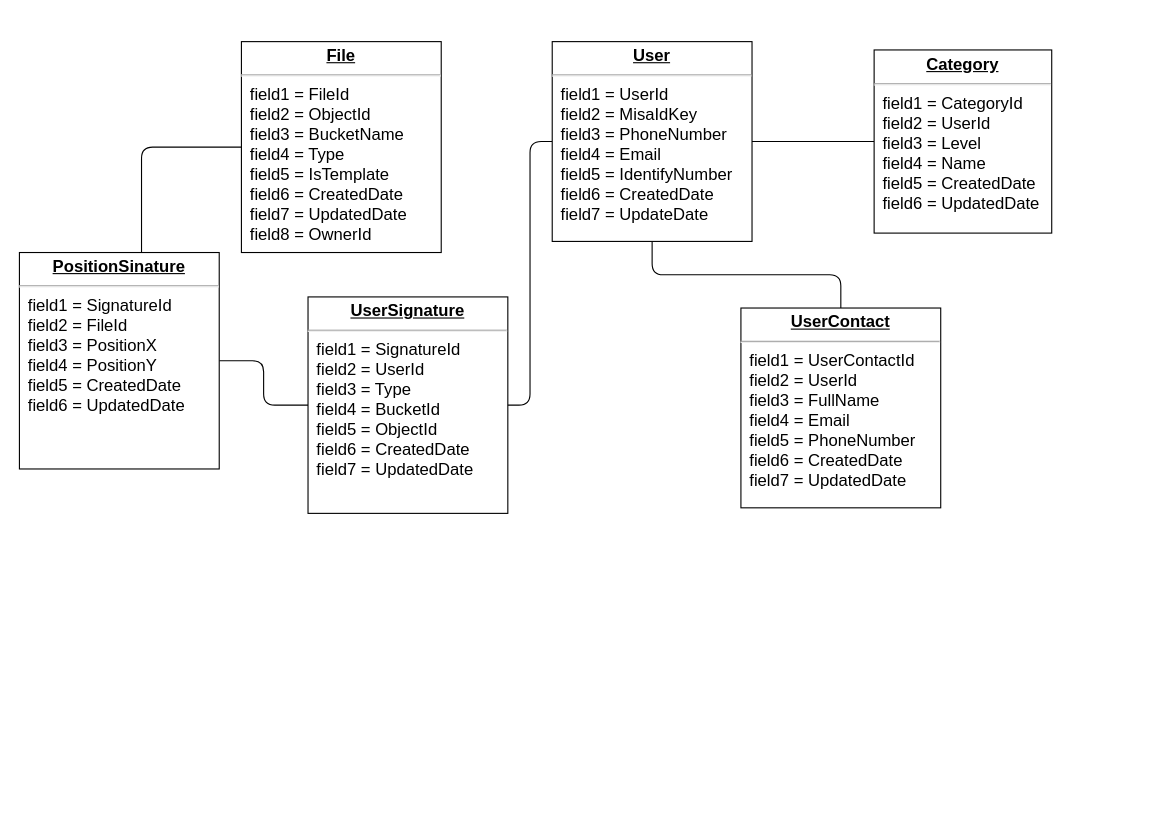
thangmt1997/app_sales keeps this draw.io diagram as DatabaseDiagram.drawio. Above is the earlier version. Source tidied: cells renumbered, new cells numbered last; positions are measured from the earlier drawing's top-left corner, leaving out a move shared by most shapes. Both pictures are drawn from the tidied source at 111%, with x=0, y=0 at pixel (19, 41).
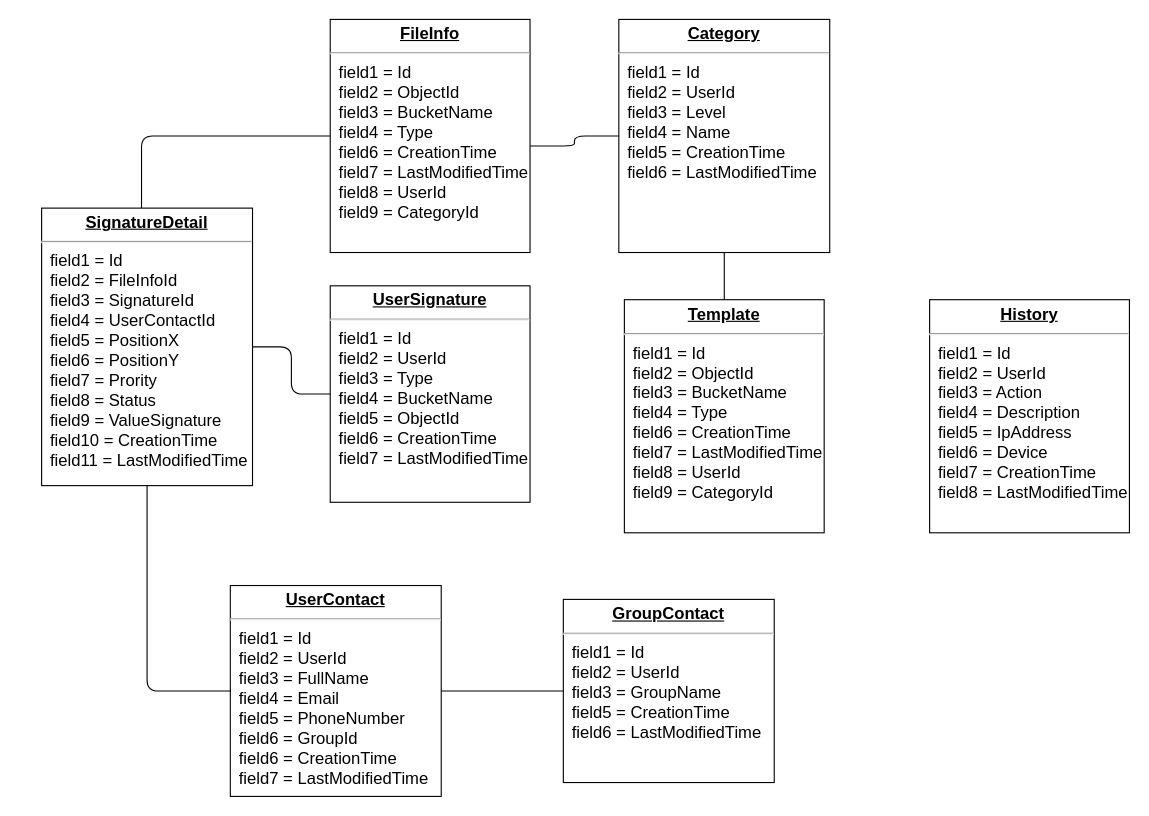
Above is the later version.

Diff of the diagram source:
```diff
@@
 <mxGraphModel background="#ffffff">
   <root>
     <mxCell id="0" />
     <mxCell id="1" parent="0" />
-    <mxCell id="2" value="&lt;p style=&quot;margin: 4px 0px 0px ; text-align: center ; text-decoration: underline ; font-size: 15px&quot;&gt;&lt;b style=&quot;font-size: 15px&quot;&gt;File&lt;/b&gt;&lt;/p&gt;&lt;hr style=&quot;font-size: 15px&quot;&gt;&lt;p style=&quot;margin: 0px 0px 0px 8px ; font-size: 15px&quot;&gt;field1 = FileId&lt;br style=&quot;font-size: 15px&quot;&gt;field2 = ObjectId&lt;br style=&quot;font-size: 15px&quot;&gt;field3 = BucketName&lt;/p&gt;&lt;p style=&quot;margin: 0px 0px 0px 8px ; font-size: 15px&quot;&gt;field4 = Type&lt;br style=&quot;font-size: 15px&quot;&gt;&lt;/p&gt;&lt;p style=&quot;margin: 0px 0px 0px 8px ; font-size: 15px&quot;&gt;field5 = IsTemplate&lt;br style=&quot;font-size: 15px&quot;&gt;&lt;/p&gt;&lt;p style=&quot;margin: 0px 0px 0px 8px ; font-size: 15px&quot;&gt;field6 = CreatedDate&lt;br style=&quot;font-size: 15px&quot;&gt;&lt;/p&gt;&lt;p style=&quot;margin: 0px 0px 0px 8px ; font-size: 15px&quot;&gt;field7 = UpdatedDate&lt;br&gt;field8 = OwnerId&lt;/p&gt;" style="verticalAlign=top;align=left;overflow=fill;fontSize=15;fontFamily=Helvetica;html=1;rounded=0;shadow=0;comic=0;labelBackgroundColor=none;strokeWidth=1;" parent="1" vertex="1">
-      <mxGeometry x="200" width="180" height="190" as="geometry" />
+    <mxCell id="2" value="&lt;p style=&quot;margin: 4px 0px 0px ; text-align: center ; text-decoration: underline ; font-size: 15px&quot;&gt;&lt;b style=&quot;font-size: 15px&quot;&gt;FileInfo&lt;/b&gt;&lt;/p&gt;&lt;hr style=&quot;font-size: 15px&quot;&gt;&lt;p style=&quot;margin: 0px 0px 0px 8px ; font-size: 15px&quot;&gt;field1 = Id&lt;br style=&quot;font-size: 15px&quot;&gt;field2 = ObjectId&lt;br style=&quot;font-size: 15px&quot;&gt;field3 = BucketName&lt;/p&gt;&lt;p style=&quot;margin: 0px 0px 0px 8px ; font-size: 15px&quot;&gt;field4 = Type&lt;/p&gt;&lt;p style=&quot;margin: 0px 0px 0px 8px ; font-size: 15px&quot;&gt;field6 = CreationTime&lt;br style=&quot;font-size: 15px&quot;&gt;&lt;/p&gt;&lt;p style=&quot;margin: 0px 0px 0px 8px ; font-size: 15px&quot;&gt;field7 = LastModifiedTime&lt;br&gt;field8 = UserId&lt;br&gt;&lt;/p&gt;&lt;p style=&quot;margin: 0px 0px 0px 8px ; font-size: 15px&quot;&gt;field9 = CategoryId&lt;/p&gt;" style="verticalAlign=top;align=left;overflow=fill;fontSize=15;fontFamily=Helvetica;html=1;rounded=0;shadow=0;comic=0;labelBackgroundColor=none;strokeWidth=1;glass=0;" parent="1" vertex="1">
+      <mxGeometry x="280" y="-20" width="180" height="210" as="geometry" />
     </mxCell>
     <mxCell id="3" style="edgeStyle=orthogonalEdgeStyle;rounded=1;jettySize=auto;html=1;entryX=1;entryY=0.5;entryDx=0;entryDy=0;fontSize=15;endArrow=none;endFill=0;strokeColor=#000000;" parent="1" edge="1" source="4" target="12">
       <mxGeometry relative="1" as="geometry" />
     </mxCell>
-    <mxCell id="4" value="&lt;p style=&quot;margin: 4px 0px 0px; text-align: center; text-decoration: underline; font-size: 15px;&quot;&gt;&lt;b style=&quot;font-size: 15px;&quot;&gt;UserSignature&lt;/b&gt;&lt;/p&gt;&lt;hr style=&quot;font-size: 15px;&quot;&gt;&lt;p style=&quot;margin: 0px 0px 0px 8px; font-size: 15px;&quot;&gt;field1 = SignatureId&lt;br style=&quot;font-size: 15px;&quot;&gt;field2 = UserId&lt;br style=&quot;font-size: 15px;&quot;&gt;field3 = Type&lt;/p&gt;&lt;p style=&quot;margin: 0px 0px 0px 8px; font-size: 15px;&quot;&gt;field4 = BucketId&lt;/p&gt;&lt;p style=&quot;margin: 0px 0px 0px 8px; font-size: 15px;&quot;&gt;field5 = ObjectId&lt;br style=&quot;font-size: 15px;&quot;&gt;&lt;/p&gt;&lt;p style=&quot;margin: 0px 0px 0px 8px; font-size: 15px;&quot;&gt;field6 = CreatedDate&lt;/p&gt;&lt;p style=&quot;margin: 0px 0px 0px 8px; font-size: 15px;&quot;&gt;field7 = UpdatedDate&lt;/p&gt;&lt;p style=&quot;margin: 0px 0px 0px 8px; font-size: 15px;&quot;&gt;&lt;br style=&quot;font-size: 15px;&quot;&gt;&lt;/p&gt;" style="verticalAlign=top;align=left;overflow=fill;fontSize=15;fontFamily=Helvetica;html=1;rounded=0;shadow=0;comic=0;labelBackgroundColor=none;strokeWidth=1;" parent="1" vertex="1">
-      <mxGeometry x="260" y="230" width="180" height="195" as="geometry" />
+    <mxCell id="4" value="&lt;p style=&quot;margin: 4px 0px 0px ; text-align: center ; text-decoration: underline ; font-size: 15px&quot;&gt;&lt;b style=&quot;font-size: 15px&quot;&gt;UserSignature&lt;/b&gt;&lt;/p&gt;&lt;hr style=&quot;font-size: 15px&quot;&gt;&lt;p style=&quot;margin: 0px 0px 0px 8px ; font-size: 15px&quot;&gt;field1 = Id&lt;br style=&quot;font-size: 15px&quot;&gt;field2 = UserId&lt;br style=&quot;font-size: 15px&quot;&gt;field3 = Type&lt;/p&gt;&lt;p style=&quot;margin: 0px 0px 0px 8px ; font-size: 15px&quot;&gt;field4 = BucketName&lt;/p&gt;&lt;p style=&quot;margin: 0px 0px 0px 8px ; font-size: 15px&quot;&gt;field5 = ObjectId&lt;br style=&quot;font-size: 15px&quot;&gt;&lt;/p&gt;&lt;p style=&quot;margin: 0px 0px 0px 8px&quot;&gt;field6 = CreationTime&lt;br&gt;&lt;/p&gt;&lt;p style=&quot;margin: 0px 0px 0px 8px&quot;&gt;field7 = LastModifiedTime&lt;/p&gt;" style="verticalAlign=top;align=left;overflow=fill;fontSize=15;fontFamily=Helvetica;html=1;rounded=0;shadow=0;comic=0;labelBackgroundColor=none;strokeWidth=1;" parent="1" vertex="1">
+      <mxGeometry x="280" y="220" width="180" height="195" as="geometry" />
     </mxCell>
-    <mxCell id="5" style="edgeStyle=orthogonalEdgeStyle;rounded=1;jettySize=auto;html=1;entryX=0;entryY=0.5;entryDx=0;entryDy=0;fontSize=15;endArrow=none;endFill=0;strokeColor=#000000;" parent="1" edge="1" source="8" target="10">
-      <mxGeometry relative="1" as="geometry" />
-    </mxCell>
-    <mxCell id="6" style="edgeStyle=orthogonalEdgeStyle;rounded=1;jettySize=auto;html=1;entryX=1;entryY=0.5;entryDx=0;entryDy=0;fontSize=15;endArrow=none;endFill=0;strokeColor=#000000;" parent="1" edge="1" source="8" target="4">
-      <mxGeometry relative="1" as="geometry" />
-    </mxCell>
-    <mxCell id="7" style="edgeStyle=orthogonalEdgeStyle;rounded=1;jettySize=auto;html=1;entryX=0.5;entryY=0;entryDx=0;entryDy=0;fontSize=15;endArrow=none;endFill=0;strokeColor=#000000;" parent="1" edge="1" source="8" target="9">
-      <mxGeometry relative="1" as="geometry" />
-    </mxCell>
-    <mxCell id="8" value="&lt;p style=&quot;margin: 4px 0px 0px ; text-align: center ; text-decoration: underline ; font-size: 15px&quot;&gt;&lt;b style=&quot;font-size: 15px&quot;&gt;User&lt;/b&gt;&lt;/p&gt;&lt;hr style=&quot;font-size: 15px&quot;&gt;&lt;p style=&quot;margin: 0px 0px 0px 8px ; font-size: 15px&quot;&gt;field1 = UserId&lt;br style=&quot;font-size: 15px&quot;&gt;field2 = MisaIdKey&lt;br style=&quot;font-size: 15px&quot;&gt;field3 = PhoneNumber&lt;/p&gt;&lt;p style=&quot;margin: 0px 0px 0px 8px ; font-size: 15px&quot;&gt;field4 = Email&lt;br style=&quot;font-size: 15px&quot;&gt;&lt;/p&gt;&lt;p style=&quot;margin: 0px 0px 0px 8px ; font-size: 15px&quot;&gt;field5 = IdentifyNumber&lt;br style=&quot;font-size: 15px&quot;&gt;&lt;/p&gt;&lt;p style=&quot;margin: 0px 0px 0px 8px ; font-size: 15px&quot;&gt;field6 = CreatedDate&lt;br style=&quot;font-size: 15px&quot;&gt;&lt;/p&gt;&lt;p style=&quot;margin: 0px 0px 0px 8px ; font-size: 15px&quot;&gt;field7 = UpdateDate&lt;br style=&quot;font-size: 15px&quot;&gt;&lt;/p&gt;&lt;p style=&quot;margin: 0px 0px 0px 8px ; font-size: 15px&quot;&gt;&lt;br&gt;&lt;/p&gt;" style="verticalAlign=top;align=left;overflow=fill;fontSize=15;fontFamily=Helvetica;html=1;rounded=0;shadow=0;comic=0;labelBackgroundColor=none;strokeWidth=1;" parent="1" vertex="1">
-      <mxGeometry x="480" width="180" height="180" as="geometry" />
-    </mxCell>
-    <mxCell id="9" value="&lt;p style=&quot;margin: 4px 0px 0px; text-align: center; text-decoration: underline; font-size: 15px;&quot;&gt;&lt;b style=&quot;font-size: 15px;&quot;&gt;UserContact&lt;/b&gt;&lt;/p&gt;&lt;hr style=&quot;font-size: 15px;&quot;&gt;&lt;p style=&quot;margin: 0px 0px 0px 8px; font-size: 15px;&quot;&gt;field1 = UserContactId&lt;br style=&quot;font-size: 15px;&quot;&gt;field2 = UserId&lt;br style=&quot;font-size: 15px;&quot;&gt;field3 = FullName&lt;/p&gt;&lt;p style=&quot;margin: 0px 0px 0px 8px; font-size: 15px;&quot;&gt;field4 = Email&lt;br style=&quot;font-size: 15px;&quot;&gt;&lt;/p&gt;&lt;p style=&quot;margin: 0px 0px 0px 8px; font-size: 15px;&quot;&gt;field5 = PhoneNumber&lt;br style=&quot;font-size: 15px;&quot;&gt;&lt;/p&gt;&lt;p style=&quot;margin: 0px 0px 0px 8px; font-size: 15px;&quot;&gt;field6 = CreatedDate&lt;br style=&quot;font-size: 15px;&quot;&gt;&lt;/p&gt;&lt;p style=&quot;margin: 0px 0px 0px 8px; font-size: 15px;&quot;&gt;field7 = UpdatedDate&lt;/p&gt;" style="verticalAlign=top;align=left;overflow=fill;fontSize=15;fontFamily=Helvetica;html=1;rounded=0;shadow=0;comic=0;labelBackgroundColor=none;strokeWidth=1;" parent="1" vertex="1">
-      <mxGeometry x="650" y="240" width="180" height="180" as="geometry" />
+    <mxCell id="9" value="&lt;p style=&quot;margin: 4px 0px 0px ; text-align: center ; text-decoration: underline ; font-size: 15px&quot;&gt;&lt;b style=&quot;font-size: 15px&quot;&gt;UserContact&lt;/b&gt;&lt;/p&gt;&lt;hr style=&quot;font-size: 15px&quot;&gt;&lt;p style=&quot;margin: 0px 0px 0px 8px ; font-size: 15px&quot;&gt;field1 = Id&lt;br style=&quot;font-size: 15px&quot;&gt;field2 = UserId&lt;br style=&quot;font-size: 15px&quot;&gt;field3 = FullName&lt;/p&gt;&lt;p style=&quot;margin: 0px 0px 0px 8px ; font-size: 15px&quot;&gt;field4 = Email&lt;br style=&quot;font-size: 15px&quot;&gt;&lt;/p&gt;&lt;p style=&quot;margin: 0px 0px 0px 8px ; font-size: 15px&quot;&gt;field5 = PhoneNumber&lt;br style=&quot;font-size: 15px&quot;&gt;&lt;/p&gt;&lt;p style=&quot;margin: 0px 0px 0px 8px ; font-size: 15px&quot;&gt;field6 = GroupId&lt;/p&gt;&lt;p style=&quot;margin: 0px 0px 0px 8px&quot;&gt;field6 = CreationTime&lt;br&gt;&lt;/p&gt;&lt;p style=&quot;margin: 0px 0px 0px 8px&quot;&gt;field7 = LastModifiedTime&lt;/p&gt;" style="verticalAlign=top;align=left;overflow=fill;fontSize=15;fontFamily=Helvetica;html=1;rounded=0;shadow=0;comic=0;labelBackgroundColor=none;strokeWidth=1;" parent="1" vertex="1">
+      <mxGeometry x="190" y="490" width="190" height="190" as="geometry" />
     </mxCell>
+    <mxCell id="13" style="edgeStyle=orthogonalEdgeStyle;rounded=1;jettySize=auto;html=1;entryX=1;entryY=0.543;entryDx=0;entryDy=0;entryPerimeter=0;endArrow=none;endFill=0;" parent="1" edge="1" source="10" target="2">
+      <mxGeometry relative="1" as="geometry" />
+    </mxCell>
+    <mxCell id="14" style="edgeStyle=orthogonalEdgeStyle;rounded=1;jettySize=auto;html=1;entryX=0.5;entryY=0;entryDx=0;entryDy=0;endArrow=none;endFill=0;" parent="1" edge="1" source="10" target="18">
+      <mxGeometry relative="1" as="geometry" />
+    </mxCell>
-    <mxCell id="10" value="&lt;p style=&quot;margin: 4px 0px 0px; text-align: center; text-decoration: underline; font-size: 15px;&quot;&gt;&lt;b style=&quot;font-size: 15px;&quot;&gt;Category&lt;/b&gt;&lt;/p&gt;&lt;hr style=&quot;font-size: 15px;&quot;&gt;&lt;p style=&quot;margin: 0px 0px 0px 8px; font-size: 15px;&quot;&gt;field1 = CategoryId&lt;br style=&quot;font-size: 15px;&quot;&gt;field2 = UserId&lt;br style=&quot;font-size: 15px;&quot;&gt;field3 = Level&lt;/p&gt;&lt;p style=&quot;margin: 0px 0px 0px 8px; font-size: 15px;&quot;&gt;field4 = Name&lt;br style=&quot;font-size: 15px;&quot;&gt;&lt;/p&gt;&lt;p style=&quot;margin: 0px 0px 0px 8px; font-size: 15px;&quot;&gt;field5 = CreatedDate&lt;/p&gt;&lt;p style=&quot;margin: 0px 0px 0px 8px; font-size: 15px;&quot;&gt;field6 = UpdatedDate&lt;/p&gt;&lt;p style=&quot;margin: 0px 0px 0px 8px; font-size: 15px;&quot;&gt;&lt;br style=&quot;font-size: 15px;&quot;&gt;&lt;/p&gt;" style="verticalAlign=top;align=left;overflow=fill;fontSize=15;fontFamily=Helvetica;html=1;rounded=0;shadow=0;comic=0;labelBackgroundColor=none;strokeWidth=1;" parent="1" vertex="1">
-      <mxGeometry x="770" y="7.5" width="160" height="165" as="geometry" />
+    <mxCell id="10" value="&lt;p style=&quot;margin: 4px 0px 0px ; text-align: center ; text-decoration: underline ; font-size: 15px&quot;&gt;&lt;b style=&quot;font-size: 15px&quot;&gt;Category&lt;/b&gt;&lt;/p&gt;&lt;hr style=&quot;font-size: 15px&quot;&gt;&lt;p style=&quot;margin: 0px 0px 0px 8px ; font-size: 15px&quot;&gt;field1 = Id&lt;br style=&quot;font-size: 15px&quot;&gt;field2 = UserId&lt;br style=&quot;font-size: 15px&quot;&gt;field3 = Level&lt;/p&gt;&lt;p style=&quot;margin: 0px 0px 0px 8px ; font-size: 15px&quot;&gt;field4 = Name&lt;br style=&quot;font-size: 15px&quot;&gt;&lt;/p&gt;&lt;p style=&quot;margin: 0px 0px 0px 8px&quot;&gt;field5 = CreationTime&lt;br&gt;&lt;/p&gt;&lt;p style=&quot;margin: 0px 0px 0px 8px&quot;&gt;field6 = LastModifiedTime&lt;/p&gt;" style="verticalAlign=top;align=left;overflow=fill;fontSize=15;fontFamily=Helvetica;html=1;rounded=0;shadow=0;comic=0;labelBackgroundColor=none;strokeWidth=1;" parent="1" vertex="1">
+      <mxGeometry x="540" y="-20" width="190" height="210" as="geometry" />
     </mxCell>
-    <mxCell id="11" style="edgeStyle=orthogonalEdgeStyle;jettySize=auto;html=1;entryX=0;entryY=0.5;entryDx=0;entryDy=0;fontSize=15;rounded=1;endArrow=none;endFill=0;" parent="1" edge="1" source="12" target="2">
+    <mxCell id="11" style="edgeStyle=orthogonalEdgeStyle;rounded=1;jettySize=auto;html=1;entryX=0;entryY=0.5;entryDx=0;entryDy=0;endArrow=none;endFill=0;" parent="1" edge="1" source="12" target="2">
       <mxGeometry relative="1" as="geometry">
         <Array as="points">
-          <mxPoint x="110" y="95" />
+          <mxPoint x="110" y="85" />
         </Array>
       </mxGeometry>
     </mxCell>
+    <mxCell id="15" style="edgeStyle=orthogonalEdgeStyle;rounded=1;jettySize=auto;html=1;entryX=0;entryY=0.5;entryDx=0;entryDy=0;endArrow=none;endFill=0;" parent="1" edge="1" source="12" target="9">
+      <mxGeometry relative="1" as="geometry" />
+    </mxCell>
-    <mxCell id="12" value="&lt;p style=&quot;margin: 4px 0px 0px ; text-align: center ; text-decoration: underline ; font-size: 15px&quot;&gt;&lt;b style=&quot;font-size: 15px&quot;&gt;PositionSinature&lt;/b&gt;&lt;/p&gt;&lt;hr style=&quot;font-size: 15px&quot;&gt;&lt;p style=&quot;margin: 0px 0px 0px 8px ; font-size: 15px&quot;&gt;field1 = SignatureId&lt;br style=&quot;font-size: 15px&quot;&gt;field2 = FileId&lt;br style=&quot;font-size: 15px&quot;&gt;field3 = PositionX&lt;/p&gt;&lt;p style=&quot;margin: 0px 0px 0px 8px ; font-size: 15px&quot;&gt;field4 = PositionY&lt;/p&gt;&lt;p style=&quot;margin: 0px 0px 0px 8px ; font-size: 15px&quot;&gt;field5 = CreatedDate&lt;br style=&quot;font-size: 15px&quot;&gt;&lt;/p&gt;&lt;p style=&quot;margin: 0px 0px 0px 8px ; font-size: 15px&quot;&gt;field6 = UpdatedDate&lt;/p&gt;&lt;p style=&quot;margin: 0px 0px 0px 8px ; font-size: 15px&quot;&gt;&lt;br style=&quot;font-size: 15px&quot;&gt;&lt;/p&gt;" style="verticalAlign=top;align=left;overflow=fill;fontSize=15;fontFamily=Helvetica;html=1;rounded=0;shadow=0;comic=0;labelBackgroundColor=none;strokeWidth=1;" parent="1" vertex="1">
-      <mxGeometry y="190" width="180" height="195" as="geometry" />
+    <mxCell id="12" value="&lt;p style=&quot;margin: 4px 0px 0px ; text-align: center ; text-decoration: underline ; font-size: 15px&quot;&gt;&lt;b style=&quot;font-size: 15px&quot;&gt;SignatureDetail&lt;/b&gt;&lt;/p&gt;&lt;hr style=&quot;font-size: 15px&quot;&gt;&lt;p style=&quot;margin: 0px 0px 0px 8px ; font-size: 15px&quot;&gt;field1 = Id&lt;br style=&quot;font-size: 15px&quot;&gt;field2 = FileInfoId&lt;/p&gt;&lt;p style=&quot;margin: 0px 0px 0px 8px&quot;&gt;field3 = SignatureId&lt;/p&gt;&lt;p style=&quot;margin: 0px 0px 0px 8px&quot;&gt;field4 = UserContactId&lt;/p&gt;&lt;p style=&quot;margin: 0px 0px 0px 8px ; font-size: 15px&quot;&gt;field5 = PositionX&lt;/p&gt;&lt;p style=&quot;margin: 0px 0px 0px 8px ; font-size: 15px&quot;&gt;field6 = PositionY&lt;/p&gt;&lt;p style=&quot;margin: 0px 0px 0px 8px ; font-size: 15px&quot;&gt;field7 = Prority&lt;br&gt;&lt;/p&gt;&lt;p style=&quot;margin: 0px 0px 0px 8px ; font-size: 15px&quot;&gt;field8 = Status&lt;/p&gt;&lt;p style=&quot;margin: 0px 0px 0px 8px ; font-size: 15px&quot;&gt;field9 = ValueSignature&lt;/p&gt;&lt;p style=&quot;margin: 0px 0px 0px 8px&quot;&gt;field10 = CreationTime&lt;br&gt;&lt;/p&gt;&lt;p style=&quot;margin: 0px 0px 0px 8px&quot;&gt;field11 = LastModifiedTime&lt;/p&gt;&lt;p style=&quot;margin: 0px 0px 0px 8px&quot;&gt;&lt;br&gt;&lt;/p&gt;" style="verticalAlign=top;align=left;overflow=fill;fontSize=15;fontFamily=Helvetica;html=1;rounded=0;shadow=0;comic=0;labelBackgroundColor=none;strokeWidth=1;" parent="1" vertex="1">
+      <mxGeometry x="20" y="150" width="190" height="250" as="geometry" />
     </mxCell>
+    <mxCell id="16" style="edgeStyle=orthogonalEdgeStyle;rounded=1;jettySize=auto;html=1;exitX=0;exitY=0.5;exitDx=0;exitDy=0;endArrow=none;endFill=0;" parent="1" edge="1" source="17" target="9">
+      <mxGeometry relative="1" as="geometry" />
+    </mxCell>
+    <mxCell id="17" value="&lt;p style=&quot;margin: 4px 0px 0px ; text-align: center ; text-decoration: underline ; font-size: 15px&quot;&gt;&lt;b style=&quot;font-size: 15px&quot;&gt;GroupContact&lt;/b&gt;&lt;/p&gt;&lt;hr style=&quot;font-size: 15px&quot;&gt;&lt;p style=&quot;margin: 0px 0px 0px 8px ; font-size: 15px&quot;&gt;field1 = Id&lt;br style=&quot;font-size: 15px&quot;&gt;field2 = UserId&lt;br style=&quot;font-size: 15px&quot;&gt;field3 = GroupName&lt;/p&gt;&lt;p style=&quot;margin: 0px 0px 0px 8px&quot;&gt;field5 = CreationTime&lt;br&gt;&lt;/p&gt;&lt;p style=&quot;margin: 0px 0px 0px 8px&quot;&gt;field6 = LastModifiedTime&lt;/p&gt;" style="verticalAlign=top;align=left;overflow=fill;fontSize=15;fontFamily=Helvetica;html=1;rounded=0;shadow=0;comic=0;labelBackgroundColor=none;strokeWidth=1;" parent="1" vertex="1">
+      <mxGeometry x="490" y="502.5" width="190" height="165" as="geometry" />
+    </mxCell>
+    <mxCell id="18" value="&lt;p style=&quot;margin: 4px 0px 0px ; text-align: center ; text-decoration: underline ; font-size: 15px&quot;&gt;&lt;b&gt;Template&lt;/b&gt;&lt;/p&gt;&lt;hr style=&quot;font-size: 15px&quot;&gt;&lt;p style=&quot;margin: 0px 0px 0px 8px ; font-size: 15px&quot;&gt;field1 = Id&lt;br style=&quot;font-size: 15px&quot;&gt;field2 = ObjectId&lt;br style=&quot;font-size: 15px&quot;&gt;field3 = BucketName&lt;/p&gt;&lt;p style=&quot;margin: 0px 0px 0px 8px ; font-size: 15px&quot;&gt;field4 = Type&lt;/p&gt;&lt;p style=&quot;margin: 0px 0px 0px 8px ; font-size: 15px&quot;&gt;field6 = CreationTime&lt;br style=&quot;font-size: 15px&quot;&gt;&lt;/p&gt;&lt;p style=&quot;margin: 0px 0px 0px 8px ; font-size: 15px&quot;&gt;field7 = LastModifiedTime&lt;br&gt;field8 = UserId&lt;br&gt;&lt;/p&gt;&lt;p style=&quot;margin: 0px 0px 0px 8px ; font-size: 15px&quot;&gt;field9 = CategoryId&lt;/p&gt;" style="verticalAlign=top;align=left;overflow=fill;fontSize=15;fontFamily=Helvetica;html=1;rounded=0;shadow=0;comic=0;labelBackgroundColor=none;strokeWidth=1;glass=0;" parent="1" vertex="1">
+      <mxGeometry x="545" y="232.5" width="180" height="210" as="geometry" />
+    </mxCell>
+    <mxCell id="19" value="&lt;p style=&quot;margin: 4px 0px 0px ; text-align: center ; text-decoration: underline ; font-size: 15px&quot;&gt;&lt;b&gt;History&lt;/b&gt;&lt;/p&gt;&lt;hr style=&quot;font-size: 15px&quot;&gt;&lt;p style=&quot;margin: 0px 0px 0px 8px ; font-size: 15px&quot;&gt;field1 = Id&lt;br style=&quot;font-size: 15px&quot;&gt;field2 = UserId&lt;br style=&quot;font-size: 15px&quot;&gt;field3 = Action&lt;/p&gt;&lt;p style=&quot;margin: 0px 0px 0px 8px ; font-size: 15px&quot;&gt;field4 = Description&lt;/p&gt;&lt;p style=&quot;margin: 0px 0px 0px 8px ; font-size: 15px&quot;&gt;field5 = IpAddress&lt;br&gt;&lt;/p&gt;&lt;p style=&quot;margin: 0px 0px 0px 8px ; font-size: 15px&quot;&gt;field6 = Device&lt;br&gt;&lt;/p&gt;&lt;p style=&quot;margin: 0px 0px 0px 8px ; font-size: 15px&quot;&gt;field7 = CreationTime&lt;br style=&quot;font-size: 15px&quot;&gt;&lt;/p&gt;&lt;p style=&quot;margin: 0px 0px 0px 8px ; font-size: 15px&quot;&gt;field8 = LastModifiedTime&lt;br&gt;&lt;br&gt;&lt;/p&gt;" style="verticalAlign=top;align=left;overflow=fill;fontSize=15;fontFamily=Helvetica;html=1;rounded=0;shadow=0;comic=0;labelBackgroundColor=none;strokeWidth=1;glass=0;" parent="1" vertex="1">
+      <mxGeometry x="820" y="232.5" width="180" height="210" as="geometry" />
+    </mxCell>
   </root>
 </mxGraphModel>
```
